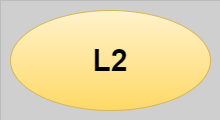
ready-to-release/eac keeps this draw.io diagram as docs/assets/testing/legend-L2.drawio.png. Above is the earlier version. Source tidied: cells renumbered, new cells last; positions are measured from the earlier drawing's top-left corner, leaving out a move shared by most shapes. The source it was exported from:
```xml
<mxGraphModel background="#CFCFCF">
  <root>
    <mxCell id="0" />
    <mxCell id="1" parent="0" />
    <mxCell id="2" style="group;strokeColor=#616161;dashed=1;dashPattern=12 12;strokeWidth=0;" parent="1" vertex="1">
      <mxGeometry width="220" height="120" as="geometry" />
    </mxCell>
    <mxCell id="3" value="&lt;b&gt;&lt;font style=&quot;font-size: 30px;&quot;&gt;L2&lt;/font&gt;&lt;/b&gt;" style="ellipse;whiteSpace=wrap;html=1;fillColor=#fff2cc;strokeColor=#d6b656;gradientColor=#ffd966;" parent="1" vertex="1">
      <mxGeometry x="10" y="10" width="200" height="100" as="geometry" />
    </mxCell>
  </root>
</mxGraphModel>
```
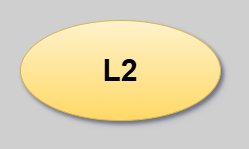
Later version of the same file.

The edit, as a diff of the source:
```diff
@@ -1,12 +1,12 @@
-<mxGraphModel background="#CFCFCF">
+<mxGraphModel background="#CFCFCF" shadow="1">
   <root>
     <mxCell id="0" />
     <mxCell id="1" parent="0" />
-    <mxCell id="2" style="group;strokeColor=#616161;dashed=1;dashPattern=12 12;strokeWidth=0;" parent="1" vertex="1">
-      <mxGeometry width="220" height="120" as="geometry" />
-    </mxCell>
-    <mxCell id="3" value="&lt;b&gt;&lt;font style=&quot;font-size: 30px;&quot;&gt;L2&lt;/font&gt;&lt;/b&gt;" style="ellipse;whiteSpace=wrap;html=1;fillColor=#fff2cc;strokeColor=#d6b656;gradientColor=#ffd966;" parent="1" vertex="1">
+    <mxCell id="3" value="&lt;b&gt;&lt;font style=&quot;font-size: 30px;&quot;&gt;L2&lt;/font&gt;&lt;/b&gt;" style="ellipse;whiteSpace=wrap;html=1;fillColor=#fff2cc;strokeColor=#d6b656;gradientColor=#ffd966;shadow=1;" parent="1" vertex="1">
       <mxGeometry x="10" y="10" width="200" height="100" as="geometry" />
     </mxCell>
+    <mxCell id="4" style="rounded=0;strokeColor=none;fillColor=none;" parent="1" vertex="1">
+      <mxGeometry x="-10" y="-10" width="238" height="138" as="geometry" />
+    </mxCell>
   </root>
 </mxGraphModel>
```
